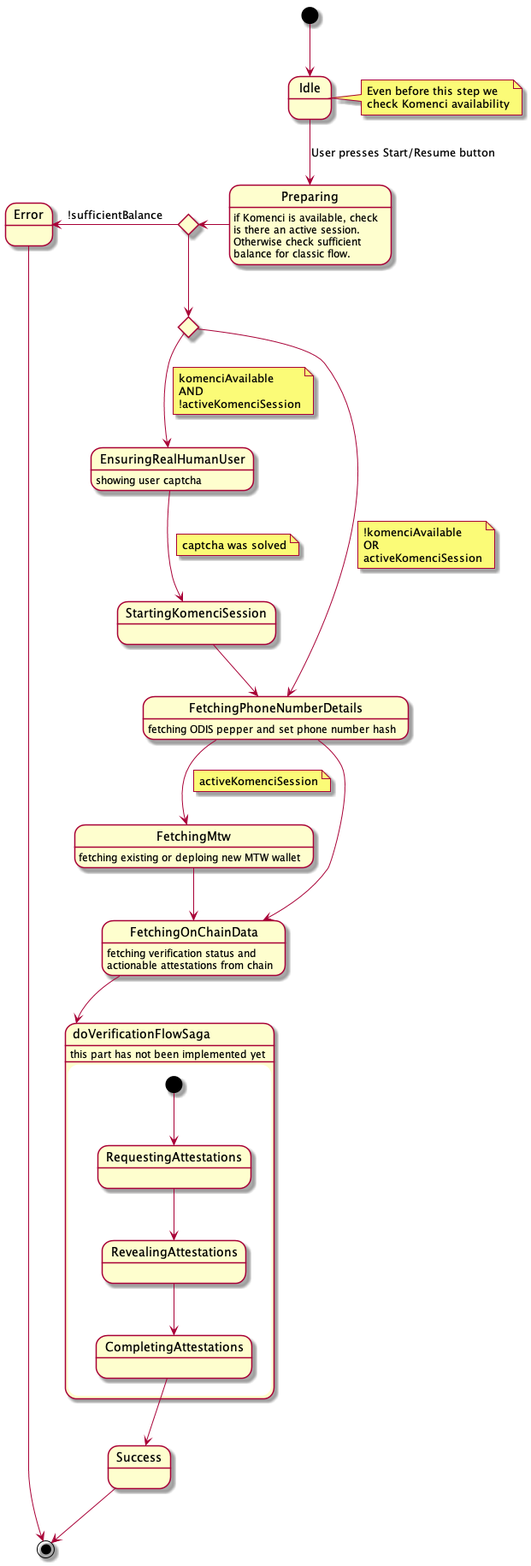
Before: packages/mobile/docs/verification_state_machine.png, a diagram exported from PlantUML (valora-inc/wallet).
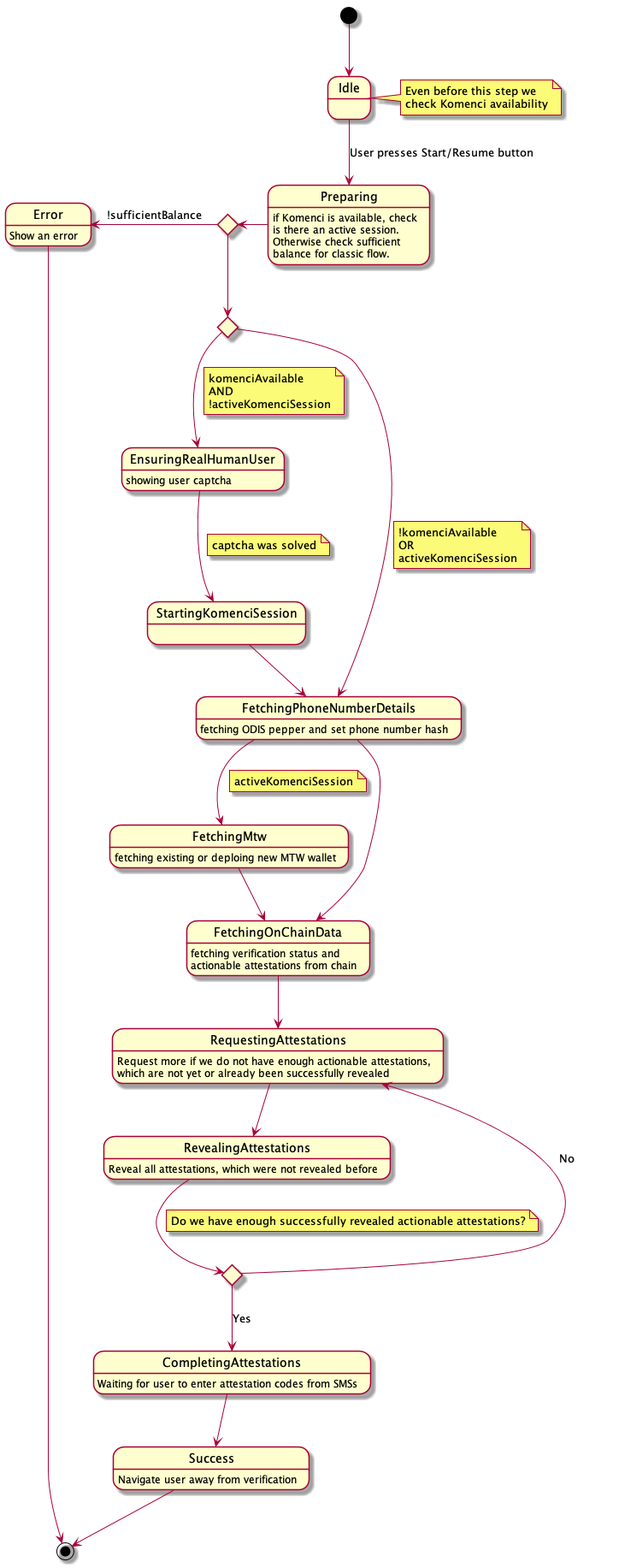
Above is the later version.

Commit message:
Change diagram and add redux migration

The edit, as a diff of the source:
```diff
@@ -45,15 +45,28 @@
 FetchingMtw: fetching existing or deploing new MTW wallet
 FetchingPhoneNumberDetails --> FetchingOnChainData
 
-state doVerificationFlowSaga {
-  [*] --> RequestingAttestations
-  RequestingAttestations --> RevealingAttestations
-  RevealingAttestations --> CompletingAttestations
-}
-doVerificationFlowSaga: this part has not been implemented yet
+FetchingOnChainData --> RequestingAttestations
+RequestingAttestations: Request more if we do not have enough actionable attestations,
+RequestingAttestations: which are not yet or already been successfully revealed
 
-FetchingOnChainData --> doVerificationFlowSaga
+RequestingAttestations --> RevealingAttestations
+RevealingAttestations: Reveal all attestations, which were not revealed before
+
+state enoughAttestations <<choice>>
+RevealingAttestations --> enoughAttestations
+note on link
+Do we have enough successfully revealed actionable attestations?
+end note
+enoughAttestations --> RequestingAttestations: No
+enoughAttestations --> CompletingAttestations: Yes
+
+
+CompletingAttestations: Waiting for user to enter attestation codes from SMSs
+
 CompletingAttestations --> Success
+
 Success --> [*]
+Success: Navigate user away from verification
 Error --> [*]
+Error: Show an error
 @enduml
```
